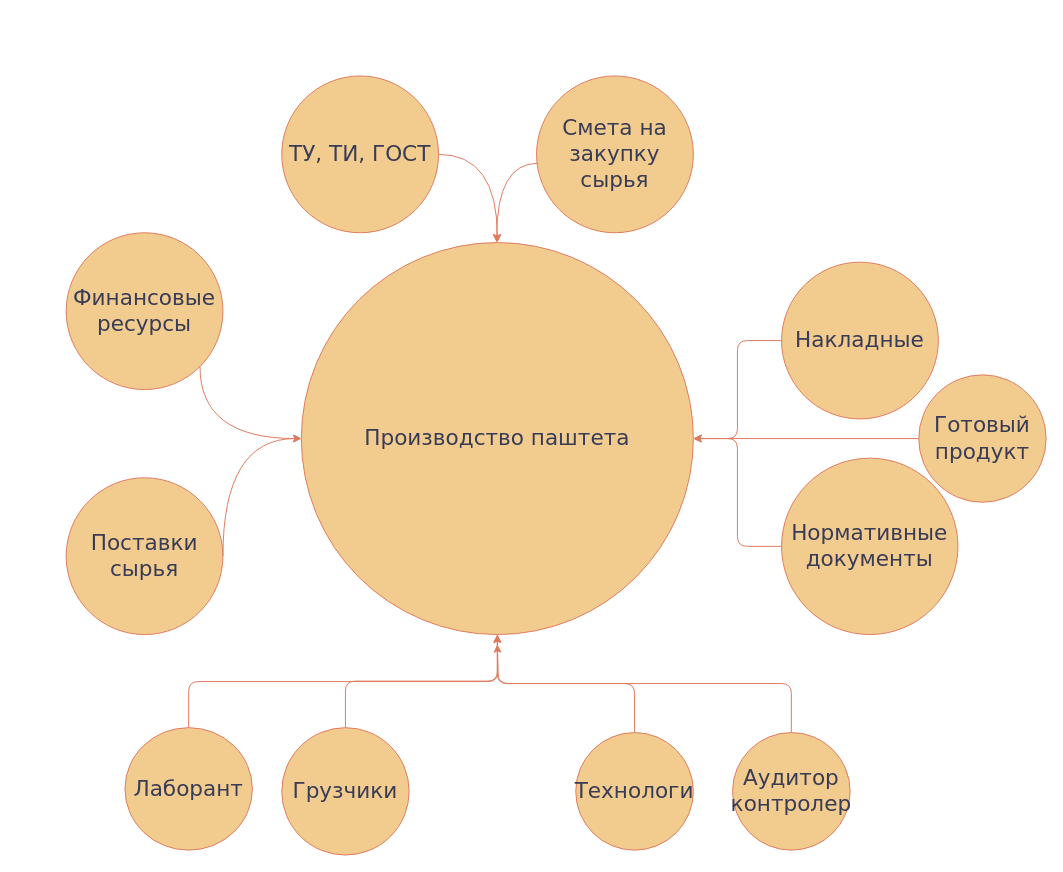
Yankeegohome/Project keeps this draw.io diagram as Диаграмма без названия.drawio. Above is the earlier version. Source tidied: cells renumbered, new cells numbered last; positions are measured from the earlier drawing's top-left corner, leaving out a move shared by most shapes. Both pictures are drawn from the tidied source at 98%, with x=0, y=0 at pixel (66, 75).
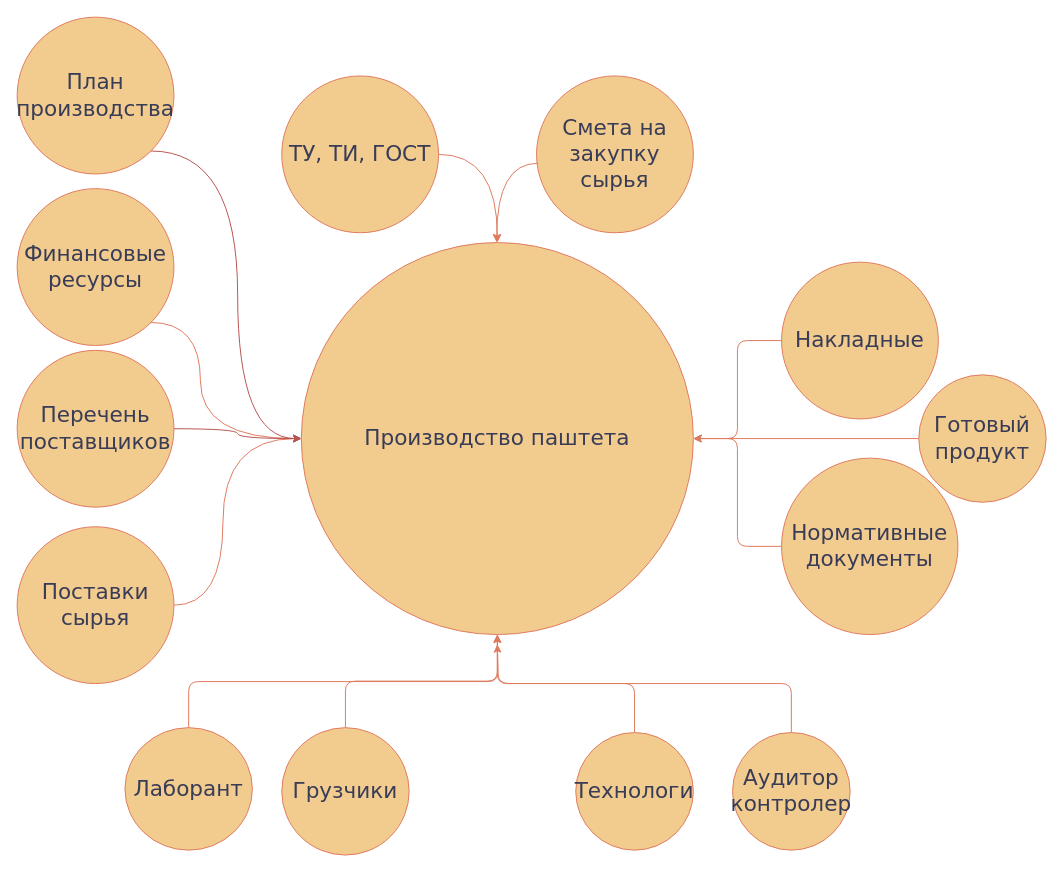
After the change.

The change refers to these unchanged cells:
```xml
<mxCell id="2" value="Производство паштета" style="ellipse;whiteSpace=wrap;html=1;rounded=1;shadow=0;dashed=0;comic=0;fontFamily=Verdana;fontSize=22;fontColor=#393C56;fillColor=#F2CC8F;strokeColor=#E07A5F;labelBackgroundColor=none;" parent="1" vertex="1">
  <mxGeometry x="240" y="170" width="400" height="400" as="geometry" />
</mxCell>
```

The edit, as a diff of the source:
```diff
@@
     <mxCell id="8" value="Поставки сырья" style="ellipse;whiteSpace=wrap;html=1;rounded=1;shadow=0;dashed=0;comic=0;fontFamily=Verdana;fontSize=22;fontColor=#393C56;fillColor=#F2CC8F;strokeColor=#E07A5F;labelBackgroundColor=none;" parent="1" vertex="1">
-      <mxGeometry y="410" width="160" height="160" as="geometry" />
+      <mxGeometry x="-50" y="460" width="160" height="160" as="geometry" />
     </mxCell>
     <mxCell id="9" value="Финансовые ресурсы" style="ellipse;whiteSpace=wrap;html=1;rounded=1;shadow=0;dashed=0;comic=0;fontFamily=Verdana;fontSize=22;fontColor=#393C56;fillColor=#F2CC8F;strokeColor=#E07A5F;labelBackgroundColor=none;" parent="1" vertex="1">
-      <mxGeometry y="160" width="160" height="160" as="geometry" />
+      <mxGeometry x="-50" y="115" width="160" height="160" as="geometry" />
     </mxCell>
@@
+    <mxCell id="25" style="edgeStyle=orthogonalEdgeStyle;rounded=0;jettySize=auto;html=1;exitX=1;exitY=0.5;exitDx=0;exitDy=0;entryX=0;entryY=0.5;entryDx=0;entryDy=0;fillColor=#f8cecc;strokeColor=#b85450;curved=1;" parent="1" edge="1" source="26" target="2">
+      <mxGeometry relative="1" as="geometry" />
+    </mxCell>
+    <mxCell id="26" value="Перечень поставщиков" style="ellipse;whiteSpace=wrap;html=1;rounded=1;shadow=0;dashed=0;comic=0;fontFamily=Verdana;fontSize=22;fontColor=#393C56;fillColor=#F2CC8F;strokeColor=#E07A5F;labelBackgroundColor=none;" parent="1" vertex="1">
+      <mxGeometry x="-50" y="280" width="160" height="160" as="geometry" />
+    </mxCell>
+    <mxCell id="27" style="edgeStyle=orthogonalEdgeStyle;rounded=0;jettySize=auto;html=1;exitX=1;exitY=1;exitDx=0;exitDy=0;entryX=0;entryY=0.5;entryDx=0;entryDy=0;curved=1;fillColor=#f8cecc;strokeColor=#b85450;" parent="1" edge="1" source="28" target="2">
+      <mxGeometry relative="1" as="geometry" />
+    </mxCell>
+    <mxCell id="28" value="План производства" style="ellipse;whiteSpace=wrap;html=1;rounded=1;shadow=0;dashed=0;comic=0;fontFamily=Verdana;fontSize=22;fontColor=#393C56;fillColor=#F2CC8F;strokeColor=#E07A5F;labelBackgroundColor=none;" parent="1" vertex="1">
+      <mxGeometry x="-50" y="-60" width="160" height="160" as="geometry" />
+    </mxCell>
```
